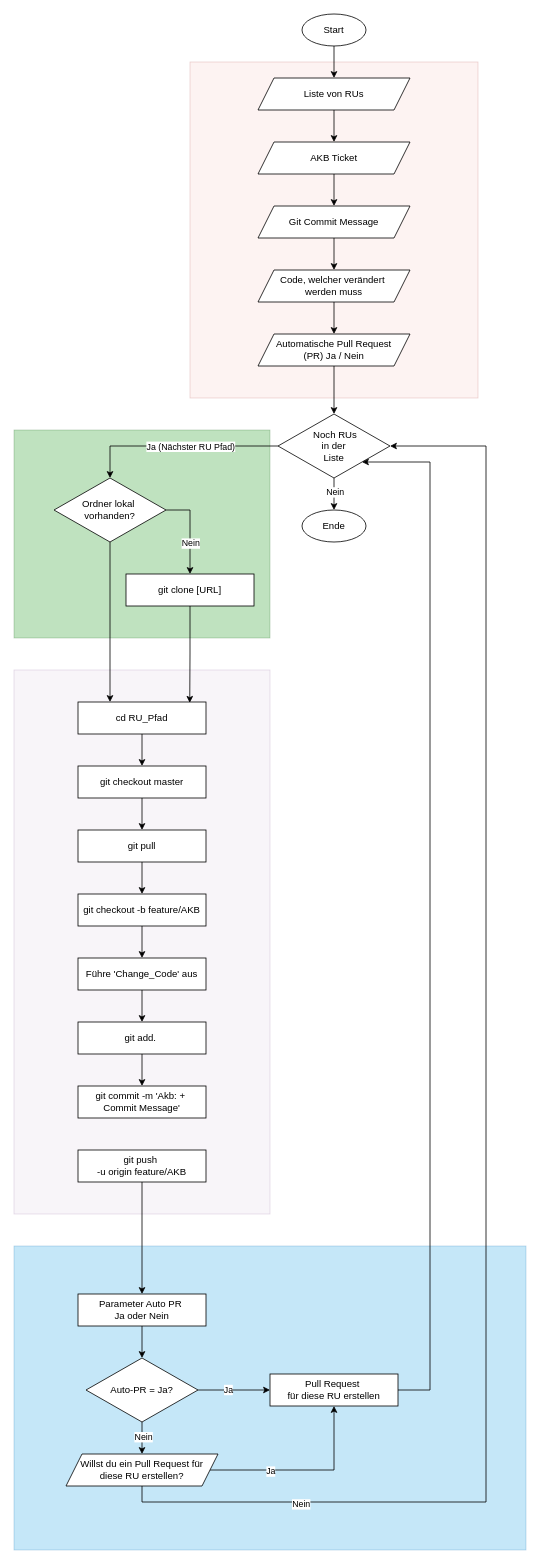
Earlier version of the draw.io diagram Flowchart/GitBulk_FlowChart.drawio (samuelm203/GitBulk). Source tidied: cells renumbered, new cells numbered last; positions are measured from the earlier drawing's top-left corner, leaving out a move shared by most shapes. Both pictures are drawn from the tidied source at 80%, with x=0, y=0 at pixel (14, 14).
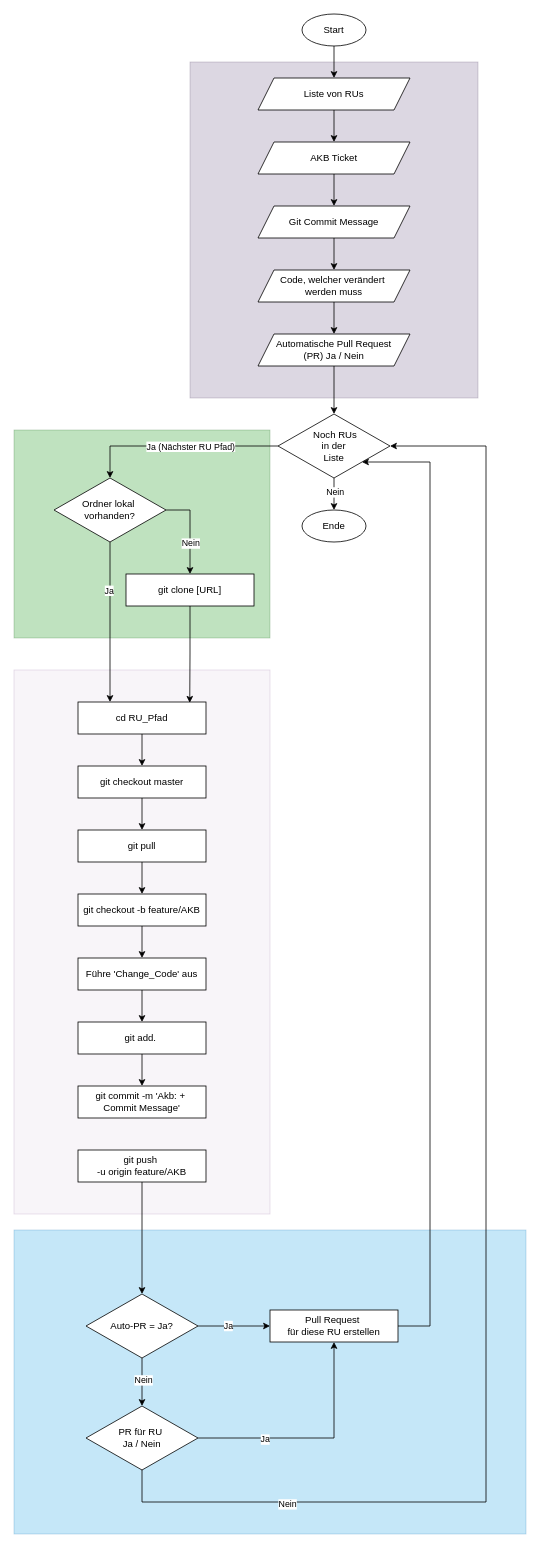
The same diagram, later.

Commit message (it also covers changes not shown here):
Update Git bulk flowchart: adjust layout, update cell relationships, and refine PR flow steps

Unchanged cells that the change refers to:
```xml
<mxCell id="19" value="&amp;nbsp; Noch RUs&amp;nbsp;&lt;div&gt;in der&lt;/div&gt;&lt;div&gt;Liste&lt;/div&gt;" style="rhombus;whiteSpace=wrap;html=1;" parent="1" vertex="1">
  <mxGeometry x="330" y="500" width="140" height="80" as="geometry" />
</mxCell>
<mxCell id="23" style="edgeStyle=orthogonalEdgeStyle;rounded=0;jettySize=auto;html=1;entryX=0.25;entryY=0;entryDx=0;entryDy=0;" parent="1" edge="1" source="24" target="26">
  <mxGeometry relative="1" as="geometry" />
</mxCell>
<mxCell id="42" value="git push&amp;nbsp;&lt;div&gt;-u origin feature/AKB&lt;/div&gt;" style="rounded=0;whiteSpace=wrap;html=1;" parent="1" vertex="1">
  <mxGeometry x="80" y="1420" width="160" height="40" as="geometry" />
</mxCell>
```

The edit, as a diff of the source:
```diff
@@
     <mxCell id="2" style="rounded=0;whiteSpace=wrap;html=1;fillColor=#1ba1e2;strokeColor=#006EAF;opacity=25;fontColor=#ffffff;" parent="1" vertex="1">
-      <mxGeometry y="1540" width="640" height="380" as="geometry" />
+      <mxGeometry y="1520" width="640" height="380" as="geometry" />
     </mxCell>
@@
-    <mxCell id="5" style="rounded=0;whiteSpace=wrap;html=1;fillColor=#f8cecc;strokeColor=#b85450;opacity=25;" parent="1" vertex="1">
+    <mxCell id="5" style="rounded=0;whiteSpace=wrap;html=1;fillColor=#76608a;strokeColor=#432D57;opacity=25;fontColor=#ffffff;" parent="1" vertex="1">
       <mxGeometry x="220" y="60" width="360" height="420" as="geometry" />
     </mxCell>
@@
+    <mxCell id="59" value="Ja" style="edgeLabel;html=1;align=center;verticalAlign=middle;" parent="23" vertex="1">
+      <mxGeometry x="-0.4" y="-2" relative="1" as="geometry" />
+    </mxCell>
@@
-    <mxCell id="41" style="edgeStyle=orthogonalEdgeStyle;rounded=0;jettySize=auto;html=1;entryX=0.5;entryY=0;entryDx=0;entryDy=0;" parent="1" edge="1" source="42" target="58">
-      <mxGeometry relative="1" as="geometry" />
-    </mxCell>
+    <mxCell id="60" style="edgeStyle=orthogonalEdgeStyle;rounded=0;jettySize=auto;html=1;exitX=0.5;exitY=1;exitDx=0;exitDy=0;entryX=0.5;entryY=0;entryDx=0;entryDy=0;" parent="1" edge="1" source="42" target="47">
+      <mxGeometry relative="1" as="geometry" />
+    </mxCell>
@@
-    <mxCell id="45" style="edgeStyle=orthogonalEdgeStyle;rounded=0;jettySize=auto;html=1;exitX=0.5;exitY=1;exitDx=0;exitDy=0;entryX=0.5;entryY=0;entryDx=0;entryDy=0;" parent="1" edge="1" source="47" target="54">
-      <mxGeometry relative="1" as="geometry" />
+    <mxCell id="45" style="edgeStyle=orthogonalEdgeStyle;rounded=0;jettySize=auto;html=1;exitX=0.5;exitY=1;exitDx=0;exitDy=0;entryX=0.5;entryY=0;entryDx=0;entryDy=0;" parent="1" edge="1" source="64">
+      <mxGeometry relative="1" as="geometry">
+        <mxPoint x="160" y="1800" as="targetPoint" />
+      </mxGeometry>
     </mxCell>
-    <mxCell id="46" value="Nein" style="edgeLabel;html=1;align=center;verticalAlign=middle;" parent="45" vertex="1">
-      <mxGeometry x="-0.11" y="1" relative="1" as="geometry" />
-    </mxCell>
     <mxCell id="47" value="&lt;div&gt;Auto-PR = Ja?&lt;/div&gt;" style="rhombus;whiteSpace=wrap;html=1;" parent="1" vertex="1">
-      <mxGeometry x="90" y="1680" width="140" height="80" as="geometry" />
+      <mxGeometry x="90" y="1600" width="140" height="80" as="geometry" />
     </mxCell>
     <mxCell id="48" style="edgeStyle=orthogonalEdgeStyle;rounded=0;jettySize=auto;html=1;exitX=1;exitY=0.5;exitDx=0;exitDy=0;entryX=1;entryY=1;entryDx=0;entryDy=0;" parent="1" edge="1" source="49" target="19">
       <mxGeometry relative="1" as="geometry">
         <Array as="points">
-          <mxPoint x="520" y="1720" />
+          <mxPoint x="520" y="1640" />
           <mxPoint x="520" y="560" />
         </Array>
       </mxGeometry>
     </mxCell>
     <mxCell id="49" value="Pull Request&amp;nbsp;&lt;div&gt;für diese RU erstellen&lt;/div&gt;" style="rounded=0;whiteSpace=wrap;html=1;" parent="1" vertex="1">
-      <mxGeometry x="320" y="1700" width="160" height="40" as="geometry" />
+      <mxGeometry x="320" y="1620" width="160" height="40" as="geometry" />
     </mxCell>
-    <mxCell id="50" style="edgeStyle=orthogonalEdgeStyle;rounded=0;jettySize=auto;html=1;exitX=1;exitY=0.5;exitDx=0;exitDy=0;entryX=0.5;entryY=1;entryDx=0;entryDy=0;" parent="1" edge="1" source="54" target="49">
-      <mxGeometry relative="1" as="geometry" />
-    </mxCell>
-    <mxCell id="51" value="Ja" style="edgeLabel;html=1;align=center;verticalAlign=middle;" parent="50" vertex="1">
-      <mxGeometry x="-0.36" y="-1" relative="1" as="geometry" />
-    </mxCell>
-    <mxCell id="52" style="edgeStyle=orthogonalEdgeStyle;rounded=0;jettySize=auto;html=1;exitX=0.5;exitY=1;exitDx=0;exitDy=0;entryX=1;entryY=0.5;entryDx=0;entryDy=0;" parent="1" edge="1" source="54" target="19">
+    <mxCell id="52" style="edgeStyle=orthogonalEdgeStyle;rounded=0;jettySize=auto;html=1;exitX=0.5;exitY=1;exitDx=0;exitDy=0;entryX=1;entryY=0.5;entryDx=0;entryDy=0;" parent="1" edge="1" source="64" target="19">
       <mxGeometry relative="1" as="geometry">
         <Array as="points">
           <mxPoint x="160" y="1860" />
           <mxPoint x="590" y="1860" />
           <mxPoint x="590" y="540" />
         </Array>
       </mxGeometry>
     </mxCell>
@@
-    <mxCell id="54" value="&lt;div&gt;Willst du ein Pull Request für&lt;/div&gt;&lt;div&gt;diese RU &lt;span style=&quot;background-color: transparent; color: light-dark(rgb(0, 0, 0), rgb(255, 255, 255));&quot;&gt;erstellen?&lt;/span&gt;&lt;/div&gt;" style="shape=parallelogram;perimeter=parallelogramPerimeter;whiteSpace=wrap;html=1;fixedSize=1;" parent="1" vertex="1">
-      <mxGeometry x="65" y="1800" width="190" height="40" as="geometry" />
-    </mxCell>
@@
-    <mxCell id="57" style="edgeStyle=orthogonalEdgeStyle;rounded=0;jettySize=auto;html=1;exitX=0.5;exitY=1;exitDx=0;exitDy=0;entryX=0.5;entryY=0;entryDx=0;entryDy=0;" parent="1" edge="1" source="58" target="47">
-      <mxGeometry relative="1" as="geometry" />
-    </mxCell>
-    <mxCell id="58" value="Parameter Auto PR&amp;nbsp;&lt;div&gt;Ja oder Nein&lt;/div&gt;" style="rounded=0;whiteSpace=wrap;html=1;" parent="1" vertex="1">
-      <mxGeometry x="80" y="1600" width="160" height="40" as="geometry" />
-    </mxCell>
+    <mxCell id="61" style="edgeStyle=orthogonalEdgeStyle;rounded=0;jettySize=auto;html=1;exitX=1;exitY=0.5;exitDx=0;exitDy=0;entryX=0.5;entryY=1;entryDx=0;entryDy=0;" parent="1" edge="1" source="64" target="49">
+      <mxGeometry relative="1" as="geometry" />
+    </mxCell>
+    <mxCell id="62" value="Ja" style="edgeLabel;html=1;align=center;verticalAlign=middle;" parent="61" vertex="1">
+      <mxGeometry x="-0.43" y="-1" relative="1" as="geometry" />
+    </mxCell>
+    <mxCell id="63" style="edgeStyle=orthogonalEdgeStyle;rounded=0;jettySize=auto;html=1;exitX=0.5;exitY=1;exitDx=0;exitDy=0;entryX=0.5;entryY=0;entryDx=0;entryDy=0;" parent="1" edge="1" source="47" target="64">
+      <mxGeometry relative="1" as="geometry" />
+    </mxCell>
+    <mxCell id="46" value="Nein" style="edgeLabel;html=1;align=center;verticalAlign=middle;" parent="63" vertex="1">
+      <mxGeometry x="-0.11" y="1" relative="1" as="geometry" />
+    </mxCell>
+    <mxCell id="64" value="&lt;div&gt;PR für RU&amp;nbsp;&lt;/div&gt;&lt;div&gt;Ja / Nein&lt;/div&gt;" style="rhombus;whiteSpace=wrap;html=1;" parent="1" vertex="1">
+      <mxGeometry x="90" y="1740" width="140" height="80" as="geometry" />
+    </mxCell>
```
